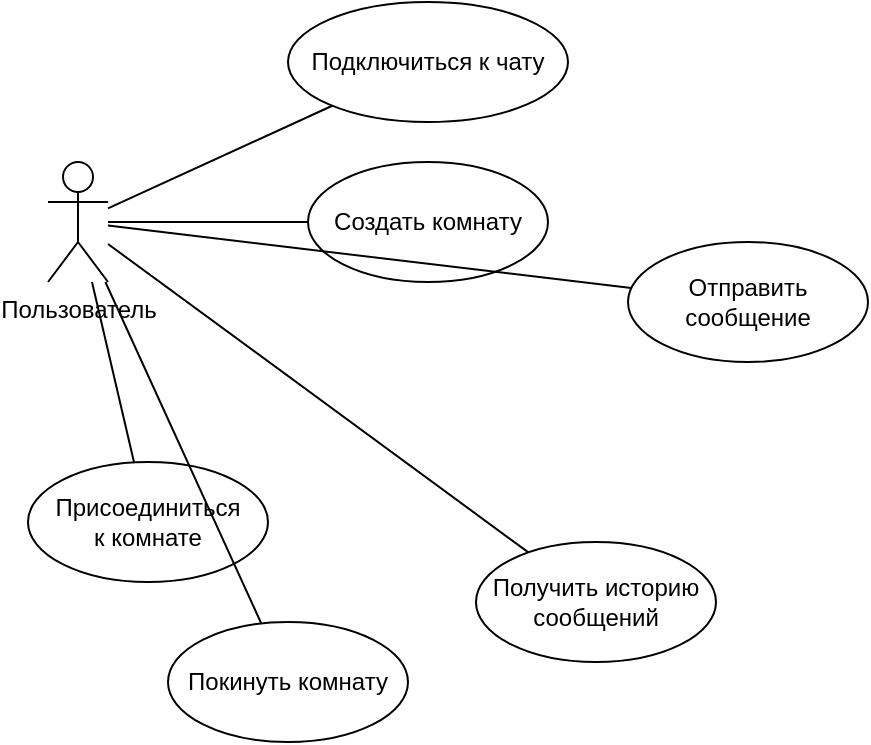
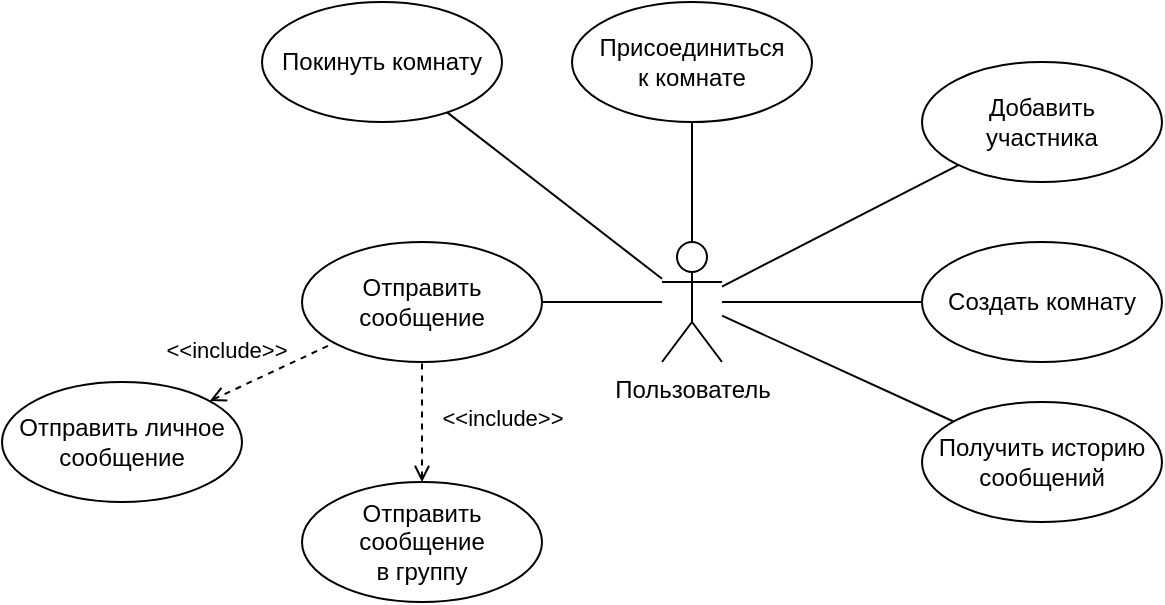
<mxfile host="app.diagrams.net">
  <diagram name="Страница-1" id="2Qnu2ySohuw-aVqPhbOu">
    <mxGraphModel dx="1025" dy="717" grid="1" gridSize="10" guides="1" tooltips="1" connect="1" arrows="1" fold="1" page="1" pageScale="1" pageWidth="827" pageHeight="1169" math="0" shadow="0">
      <root>
        <mxCell id="0" />
        <mxCell id="1" parent="0" />
        <mxCell id="dnepGlAc-zteVL8J6fsW-1" parent="1" style="shape=umlActor;verticalLabelPosition=bottom;verticalAlign=top;html=1;outlineConnect=0;" value="Пользователь" vertex="1">
-           <mxGeometry height="60" width="30" x="80" y="180" as="geometry" />
-         </mxCell>
-         <mxCell id="WmDxRAO_hUI6_f6eKx6H-1" parent="1" style="ellipse;whiteSpace=wrap;html=1;" value="Подключиться к чату" vertex="1">
-           <mxGeometry height="60" width="140" x="200" y="100" as="geometry" />
+           <mxGeometry height="60" width="30" x="360" y="180" as="geometry" />
        </mxCell>
        <mxCell id="WmDxRAO_hUI6_f6eKx6H-7" parent="1" style="ellipse;whiteSpace=wrap;html=1;" value="Создать комнату" vertex="1">
-           <mxGeometry height="60" width="120" x="210" y="180" as="geometry" />
+           <mxGeometry height="60" width="120" x="490" y="180" as="geometry" />
        </mxCell>
        <mxCell id="WmDxRAO_hUI6_f6eKx6H-8" parent="1" style="ellipse;whiteSpace=wrap;html=1;" value="Отправить сообщение" vertex="1">
-           <mxGeometry height="60" width="120" x="370" y="220" as="geometry" />
+           <mxGeometry height="60" width="120" x="180" y="180" as="geometry" />
        </mxCell>
        <mxCell id="WmDxRAO_hUI6_f6eKx6H-9" parent="1" style="ellipse;whiteSpace=wrap;html=1;" value="Получить историю сообщений" vertex="1">
-           <mxGeometry height="60" width="120" x="294" y="370" as="geometry" />
+           <mxGeometry height="60" width="120" x="490" y="260" as="geometry" />
        </mxCell>
        <mxCell id="WmDxRAO_hUI6_f6eKx6H-10" parent="1" style="ellipse;whiteSpace=wrap;html=1;" value="Присоединиться&lt;div&gt;к комнате&lt;/div&gt;" vertex="1">
-           <mxGeometry height="60" width="120" x="70" y="330" as="geometry" />
+           <mxGeometry height="60" width="120" x="315" y="60" as="geometry" />
        </mxCell>
        <mxCell id="WmDxRAO_hUI6_f6eKx6H-11" parent="1" style="ellipse;whiteSpace=wrap;html=1;" value="Покинуть комнату" vertex="1">
-           <mxGeometry height="60" width="120" x="140" y="410" as="geometry" />
+           <mxGeometry height="60" width="120" x="160" y="60" as="geometry" />
        </mxCell>
-         <mxCell id="WmDxRAO_hUI6_f6eKx6H-12" edge="1" parent="1" source="dnepGlAc-zteVL8J6fsW-1" style="endArrow=none;html=1;rounded=0;" target="WmDxRAO_hUI6_f6eKx6H-1" value="">
+         <mxCell id="WmDxRAO_hUI6_f6eKx6H-12" edge="1" parent="1" source="dnepGlAc-zteVL8J6fsW-1" style="endArrow=none;html=1;rounded=0;" target="WmDxRAO_hUI6_f6eKx6H-18" value="">
          <mxGeometry height="50" relative="1" width="50" as="geometry">
-             <mxPoint x="210" y="300" as="sourcePoint" />
-             <mxPoint x="260" y="250" as="targetPoint" />
+             <mxPoint x="490" y="300" as="sourcePoint" />
+             <mxPoint x="502.1995898384996" y="151.9163935918341" as="targetPoint" />
          </mxGeometry>
        </mxCell>
        <mxCell id="WmDxRAO_hUI6_f6eKx6H-13" edge="1" parent="1" source="dnepGlAc-zteVL8J6fsW-1" style="endArrow=none;html=1;rounded=0;" target="WmDxRAO_hUI6_f6eKx6H-9" value="">
          <mxGeometry height="50" relative="1" width="50" as="geometry">
-             <mxPoint x="210" y="300" as="sourcePoint" />
-             <mxPoint x="260" y="250" as="targetPoint" />
+             <mxPoint x="490" y="300" as="sourcePoint" />
+             <mxPoint x="540" y="250" as="targetPoint" />
          </mxGeometry>
        </mxCell>
        <mxCell id="WmDxRAO_hUI6_f6eKx6H-14" edge="1" parent="1" source="dnepGlAc-zteVL8J6fsW-1" style="endArrow=none;html=1;rounded=0;" target="WmDxRAO_hUI6_f6eKx6H-11" value="">
          <mxGeometry height="50" relative="1" width="50" as="geometry">
-             <mxPoint x="210" y="300" as="sourcePoint" />
-             <mxPoint x="260" y="250" as="targetPoint" />
+             <mxPoint x="490" y="300" as="sourcePoint" />
+             <mxPoint x="540" y="250" as="targetPoint" />
          </mxGeometry>
        </mxCell>
        <mxCell id="WmDxRAO_hUI6_f6eKx6H-15" edge="1" parent="1" source="dnepGlAc-zteVL8J6fsW-1" style="endArrow=none;html=1;rounded=0;" target="WmDxRAO_hUI6_f6eKx6H-8" value="">
          <mxGeometry height="50" relative="1" width="50" as="geometry">
-             <mxPoint x="210" y="300" as="sourcePoint" />
-             <mxPoint x="260" y="250" as="targetPoint" />
+             <mxPoint x="490" y="300" as="sourcePoint" />
+             <mxPoint x="540" y="250" as="targetPoint" />
          </mxGeometry>
        </mxCell>
        <mxCell id="WmDxRAO_hUI6_f6eKx6H-16" edge="1" parent="1" source="dnepGlAc-zteVL8J6fsW-1" style="endArrow=none;html=1;rounded=0;" target="WmDxRAO_hUI6_f6eKx6H-10" value="">
          <mxGeometry height="50" relative="1" width="50" as="geometry">
-             <mxPoint x="210" y="300" as="sourcePoint" />
-             <mxPoint x="260" y="250" as="targetPoint" />
+             <mxPoint x="490" y="300" as="sourcePoint" />
+             <mxPoint x="540" y="250" as="targetPoint" />
          </mxGeometry>
        </mxCell>
        <mxCell id="WmDxRAO_hUI6_f6eKx6H-17" edge="1" parent="1" source="dnepGlAc-zteVL8J6fsW-1" style="endArrow=none;html=1;rounded=0;" target="WmDxRAO_hUI6_f6eKx6H-7" value="">
          <mxGeometry height="50" relative="1" width="50" as="geometry">
-             <mxPoint x="210" y="300" as="sourcePoint" />
-             <mxPoint x="260" y="250" as="targetPoint" />
+             <mxPoint x="490" y="300" as="sourcePoint" />
+             <mxPoint x="540" y="250" as="targetPoint" />
+           </mxGeometry>
+         </mxCell>
+         <mxCell id="WmDxRAO_hUI6_f6eKx6H-18" parent="1" style="ellipse;whiteSpace=wrap;html=1;" value="Добавить&lt;div&gt;участника&lt;/div&gt;" vertex="1">
+           <mxGeometry height="60" width="120" x="490" y="90" as="geometry" />
+         </mxCell>
+         <mxCell id="WmDxRAO_hUI6_f6eKx6H-19" parent="1" style="ellipse;whiteSpace=wrap;html=1;" value="Отправить личное сообщение" vertex="1">
+           <mxGeometry height="60" width="120" x="30" y="250" as="geometry" />
+         </mxCell>
+         <mxCell id="WmDxRAO_hUI6_f6eKx6H-20" parent="1" style="ellipse;whiteSpace=wrap;html=1;" value="Отправить сообщение&lt;div&gt;в группу&lt;/div&gt;" vertex="1">
+           <mxGeometry height="60" width="120" x="180" y="300" as="geometry" />
+         </mxCell>
+         <mxCell id="WmDxRAO_hUI6_f6eKx6H-21" edge="1" parent="1" source="WmDxRAO_hUI6_f6eKx6H-20" style="endArrow=none;html=1;rounded=0;dashed=1;startArrow=open;startFill=0;" target="WmDxRAO_hUI6_f6eKx6H-8" value="">
+           <mxGeometry height="50" relative="1" width="50" as="geometry">
+             <mxPoint x="290" y="200" as="sourcePoint" />
+             <mxPoint x="340" y="150" as="targetPoint" />
+           </mxGeometry>
+         </mxCell>
+         <mxCell id="WmDxRAO_hUI6_f6eKx6H-23" connectable="0" parent="WmDxRAO_hUI6_f6eKx6H-21" style="edgeLabel;html=1;align=center;verticalAlign=middle;resizable=0;points=[];" value="&amp;lt;&amp;lt;include&amp;gt;&amp;gt;" vertex="1">
+           <mxGeometry relative="1" x="0.0632" as="geometry">
+             <mxPoint x="40" as="offset" />
+           </mxGeometry>
+         </mxCell>
+         <mxCell id="WmDxRAO_hUI6_f6eKx6H-22" edge="1" parent="1" source="WmDxRAO_hUI6_f6eKx6H-19" style="endArrow=none;html=1;rounded=0;dashed=1;startArrow=open;startFill=0;" target="WmDxRAO_hUI6_f6eKx6H-8" value="">
+           <mxGeometry height="50" relative="1" width="50" as="geometry">
+             <mxPoint x="290" y="200" as="sourcePoint" />
+             <mxPoint x="340" y="150" as="targetPoint" />
+           </mxGeometry>
+         </mxCell>
+         <mxCell id="WmDxRAO_hUI6_f6eKx6H-24" connectable="0" parent="WmDxRAO_hUI6_f6eKx6H-22" style="edgeLabel;html=1;align=center;verticalAlign=middle;resizable=0;points=[];" value="&lt;span&gt;&amp;lt;&amp;lt;include&amp;gt;&amp;gt;&lt;/span&gt;" vertex="1">
+           <mxGeometry relative="1" x="0.067" y="2" as="geometry">
+             <mxPoint x="-24" y="-9" as="offset" />
          </mxGeometry>
        </mxCell>
      </root>
    </mxGraphModel>
  </diagram>
</mxfile>
